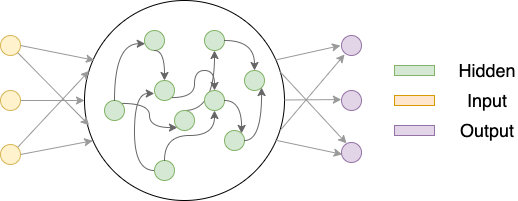
The draw.io diagram docs/images/basics/RNN_structure.png in NN4Neurosim/nn4n, before a commit. Source tidied: cells renumbered, new cells last; positions are measured from the earlier drawing's top-left corner, leaving out a move shared by most shapes. Source of this version:
```xml
<mxGraphModel>
  <root>
    <mxCell id="0" />
    <mxCell id="1" parent="0" />
    <mxCell id="2" style="ellipse;whiteSpace=wrap;html=1;" parent="1" vertex="1">
      <mxGeometry x="84" width="200" height="200" as="geometry" />
    </mxCell>
    <mxCell id="3" style="ellipse;whiteSpace=wrap;html=1;fillColor=#d5e8d4;strokeColor=#82b366;" parent="1" vertex="1">
      <mxGeometry x="144" y="30" width="20" height="20" as="geometry" />
    </mxCell>
    <mxCell id="4" style="ellipse;whiteSpace=wrap;html=1;fillColor=#d5e8d4;strokeColor=#82b366;" parent="1" vertex="1">
      <mxGeometry x="154" y="80" width="20" height="20" as="geometry" />
    </mxCell>
    <mxCell id="5" style="ellipse;whiteSpace=wrap;html=1;fillColor=#d5e8d4;strokeColor=#82b366;" parent="1" vertex="1">
      <mxGeometry x="244" y="70" width="20" height="20" as="geometry" />
    </mxCell>
    <mxCell id="6" style="ellipse;whiteSpace=wrap;html=1;fillColor=#d5e8d4;strokeColor=#82b366;" parent="1" vertex="1">
      <mxGeometry x="224" y="130" width="20" height="20" as="geometry" />
    </mxCell>
    <mxCell id="7" style="ellipse;whiteSpace=wrap;html=1;fillColor=#d5e8d4;strokeColor=#82b366;" parent="1" vertex="1">
      <mxGeometry x="204" y="30" width="20" height="20" as="geometry" />
    </mxCell>
    <mxCell id="8" style="edgeStyle=orthogonalEdgeStyle;curved=1;rounded=0;jettySize=auto;html=1;exitX=1;exitY=0;exitDx=0;exitDy=0;entryX=0;entryY=1;entryDx=0;entryDy=0;strokeColor=#666666;" parent="1" edge="1" source="9" target="13">
      <mxGeometry relative="1" as="geometry" />
    </mxCell>
    <mxCell id="9" style="ellipse;whiteSpace=wrap;html=1;fillColor=#d5e8d4;strokeColor=#82b366;" parent="1" vertex="1">
      <mxGeometry x="104" y="100" width="20" height="20" as="geometry" />
    </mxCell>
    <mxCell id="10" style="edgeStyle=orthogonalEdgeStyle;curved=1;rounded=0;jettySize=auto;html=1;exitX=0.5;exitY=0;exitDx=0;exitDy=0;entryX=0.5;entryY=1;entryDx=0;entryDy=0;strokeColor=#666666;" parent="1" edge="1" source="13" target="7">
      <mxGeometry relative="1" as="geometry">
        <Array as="points">
          <mxPoint x="214" y="110" />
        </Array>
      </mxGeometry>
    </mxCell>
    <mxCell id="11" style="ellipse;whiteSpace=wrap;html=1;fillColor=#d5e8d4;strokeColor=#82b366;" parent="1" vertex="1">
      <mxGeometry x="154" y="160" width="20" height="20" as="geometry" />
    </mxCell>
    <mxCell id="12" style="ellipse;whiteSpace=wrap;html=1;fillColor=#d5e8d4;strokeColor=#82b366;" parent="1" vertex="1">
      <mxGeometry x="204" y="90" width="20" height="20" as="geometry" />
    </mxCell>
    <mxCell id="13" style="ellipse;whiteSpace=wrap;html=1;fillColor=#d5e8d4;strokeColor=#82b366;" parent="1" vertex="1">
      <mxGeometry x="174" y="110" width="20" height="20" as="geometry" />
    </mxCell>
    <mxCell id="14" style="edgeStyle=orthogonalEdgeStyle;curved=1;rounded=0;jettySize=auto;html=1;exitX=0.5;exitY=0;exitDx=0;exitDy=0;entryX=0.5;entryY=1;entryDx=0;entryDy=0;strokeColor=#666666;" parent="1" edge="1" source="11" target="12">
      <mxGeometry relative="1" as="geometry" />
    </mxCell>
    <mxCell id="15" style="edgeStyle=orthogonalEdgeStyle;curved=1;rounded=0;jettySize=auto;html=1;exitX=1;exitY=1;exitDx=0;exitDy=0;entryX=0.5;entryY=0;entryDx=0;entryDy=0;strokeColor=#666666;" parent="1" edge="1" source="4" target="12">
      <mxGeometry relative="1" as="geometry" />
    </mxCell>
    <mxCell id="16" style="edgeStyle=orthogonalEdgeStyle;curved=1;rounded=0;jettySize=auto;html=1;exitX=1;exitY=0.5;exitDx=0;exitDy=0;entryX=1;entryY=0;entryDx=0;entryDy=0;strokeColor=#666666;" parent="1" edge="1" source="12" target="6">
      <mxGeometry relative="1" as="geometry" />
    </mxCell>
    <mxCell id="17" style="edgeStyle=orthogonalEdgeStyle;curved=1;rounded=0;jettySize=auto;html=1;exitX=0.5;exitY=1;exitDx=0;exitDy=0;entryX=0.5;entryY=0;entryDx=0;entryDy=0;strokeColor=#666666;" parent="1" edge="1" source="3" target="4">
      <mxGeometry relative="1" as="geometry" />
    </mxCell>
    <mxCell id="18" style="edgeStyle=orthogonalEdgeStyle;curved=1;rounded=0;jettySize=auto;html=1;exitX=0.5;exitY=0;exitDx=0;exitDy=0;entryX=0.036;entryY=0.661;entryDx=0;entryDy=0;strokeColor=#666666;entryPerimeter=0;" parent="1" edge="1" source="9" target="3">
      <mxGeometry relative="1" as="geometry" />
    </mxCell>
    <mxCell id="19" style="edgeStyle=orthogonalEdgeStyle;curved=1;rounded=0;jettySize=auto;html=1;entryX=1;entryY=1;entryDx=0;entryDy=0;strokeColor=#666666;exitX=1;exitY=0.5;exitDx=0;exitDy=0;" parent="1" edge="1" source="6" target="5">
      <mxGeometry relative="1" as="geometry">
        <Array as="points">
          <mxPoint x="261" y="140" />
        </Array>
      </mxGeometry>
    </mxCell>
    <mxCell id="20" style="edgeStyle=orthogonalEdgeStyle;curved=1;rounded=0;jettySize=auto;html=1;exitX=1;exitY=0.5;exitDx=0;exitDy=0;entryX=0.5;entryY=0;entryDx=0;entryDy=0;strokeColor=#666666;" parent="1" edge="1" source="7" target="5">
      <mxGeometry relative="1" as="geometry" />
    </mxCell>
    <mxCell id="21" style="edgeStyle=orthogonalEdgeStyle;curved=1;rounded=0;jettySize=auto;html=1;exitX=0;exitY=0.5;exitDx=0;exitDy=0;entryX=-0.01;entryY=0.65;entryDx=0;entryDy=0;strokeColor=#666666;entryPerimeter=0;" parent="1" edge="1" source="11" target="4">
      <mxGeometry relative="1" as="geometry" />
    </mxCell>
    <mxCell id="22" style="rounded=0;jettySize=auto;html=1;exitX=1;exitY=0.5;exitDx=0;exitDy=0;entryX=0.05;entryY=0.299;entryDx=0;entryDy=0;entryPerimeter=0;fillColor=#f5f5f5;strokeColor=#999999;" parent="1" edge="1" source="24" target="2">
      <mxGeometry relative="1" as="geometry" />
    </mxCell>
    <mxCell id="23" style="edgeStyle=none;rounded=0;jettySize=auto;html=1;exitX=1;exitY=1;exitDx=0;exitDy=0;entryX=0.023;entryY=0.624;entryDx=0;entryDy=0;entryPerimeter=0;fillColor=#f5f5f5;strokeColor=#999999;" parent="1" edge="1" source="24" target="2">
      <mxGeometry relative="1" as="geometry" />
    </mxCell>
    <mxCell id="24" style="ellipse;whiteSpace=wrap;html=1;fillColor=#fff2cc;strokeColor=#d6b656;" parent="1" vertex="1">
      <mxGeometry y="35" width="20" height="20" as="geometry" />
    </mxCell>
    <mxCell id="25" style="edgeStyle=none;rounded=0;jettySize=auto;html=1;exitX=1;exitY=0.5;exitDx=0;exitDy=0;fillColor=#f5f5f5;strokeColor=#999999;" parent="1" edge="1" source="26" target="2">
      <mxGeometry relative="1" as="geometry" />
    </mxCell>
    <mxCell id="26" style="ellipse;whiteSpace=wrap;html=1;fillColor=#fff2cc;strokeColor=#d6b656;" parent="1" vertex="1">
      <mxGeometry y="90" width="20" height="20" as="geometry" />
    </mxCell>
    <mxCell id="27" style="rounded=0;jettySize=auto;html=1;exitX=1;exitY=0.5;exitDx=0;exitDy=0;entryX=0.041;entryY=0.701;entryDx=0;entryDy=0;entryPerimeter=0;fillColor=#f5f5f5;strokeColor=#999999;" parent="1" edge="1" source="29" target="2">
      <mxGeometry relative="1" as="geometry" />
    </mxCell>
    <mxCell id="28" style="edgeStyle=none;rounded=0;jettySize=auto;html=1;exitX=1;exitY=0;exitDx=0;exitDy=0;entryX=0.023;entryY=0.352;entryDx=0;entryDy=0;entryPerimeter=0;fillColor=#f5f5f5;strokeColor=#999999;" parent="1" edge="1" source="29" target="2">
      <mxGeometry relative="1" as="geometry" />
    </mxCell>
    <mxCell id="29" style="ellipse;whiteSpace=wrap;html=1;fillColor=#fff2cc;strokeColor=#d6b656;" parent="1" vertex="1">
      <mxGeometry y="144" width="20" height="20" as="geometry" />
    </mxCell>
    <mxCell id="30" style="rounded=0;jettySize=auto;html=1;exitX=0.953;exitY=0.298;exitDx=0;exitDy=0;entryX=-0.054;entryY=0.504;entryDx=0;entryDy=0;entryPerimeter=0;fillColor=#f5f5f5;strokeColor=#999999;exitPerimeter=0;" parent="1" edge="1" source="2" target="37">
      <mxGeometry relative="1" as="geometry" />
    </mxCell>
    <mxCell id="31" style="edgeStyle=none;rounded=0;jettySize=auto;html=1;exitX=0.974;exitY=0.352;exitDx=0;exitDy=0;entryX=0.251;entryY=0.047;entryDx=0;entryDy=0;entryPerimeter=0;fillColor=#f5f5f5;strokeColor=#999999;exitPerimeter=0;" parent="1" edge="1" source="2" target="35">
      <mxGeometry relative="1" as="geometry" />
    </mxCell>
    <mxCell id="32" style="edgeStyle=none;rounded=0;jettySize=auto;html=1;exitX=1;exitY=0.5;exitDx=0;exitDy=0;fillColor=#f5f5f5;strokeColor=#999999;entryX=-0.007;entryY=0.453;entryDx=0;entryDy=0;entryPerimeter=0;" parent="1" edge="1" target="36">
      <mxGeometry relative="1" as="geometry">
        <mxPoint x="284" y="99.5" as="sourcePoint" />
      </mxGeometry>
    </mxCell>
    <mxCell id="33" style="rounded=0;jettySize=auto;html=1;exitX=0.953;exitY=0.698;exitDx=0;exitDy=0;entryX=0.033;entryY=0.593;entryDx=0;entryDy=0;entryPerimeter=0;fillColor=#f5f5f5;strokeColor=#999999;exitPerimeter=0;" parent="1" edge="1" source="2" target="35">
      <mxGeometry relative="1" as="geometry" />
    </mxCell>
    <mxCell id="34" style="edgeStyle=none;rounded=0;jettySize=auto;html=1;exitX=0.979;exitY=0.649;exitDx=0;exitDy=0;entryX=0.154;entryY=0.948;entryDx=0;entryDy=0;entryPerimeter=0;fillColor=#f5f5f5;strokeColor=#999999;exitPerimeter=0;" parent="1" edge="1" source="2" target="37">
      <mxGeometry relative="1" as="geometry" />
    </mxCell>
    <mxCell id="35" style="ellipse;whiteSpace=wrap;html=1;fillColor=#e1d5e7;strokeColor=#9673a6;" parent="1" vertex="1">
      <mxGeometry x="341" y="142" width="20" height="20" as="geometry" />
    </mxCell>
    <mxCell id="36" style="ellipse;whiteSpace=wrap;html=1;fillColor=#e1d5e7;strokeColor=#9673a6;" parent="1" vertex="1">
      <mxGeometry x="341" y="90" width="20" height="20" as="geometry" />
    </mxCell>
    <mxCell id="37" style="ellipse;whiteSpace=wrap;html=1;fillColor=#e1d5e7;strokeColor=#9673a6;" parent="1" vertex="1">
      <mxGeometry x="341" y="35" width="20" height="20" as="geometry" />
    </mxCell>
    <mxCell id="38" value="Hidden" style="text;html=1;strokeColor=none;fillColor=none;align=center;verticalAlign=middle;whiteSpace=wrap;rounded=0;fontSize=18;" parent="1" vertex="1">
      <mxGeometry x="457" y="55" width="60" height="30" as="geometry" />
    </mxCell>
    <mxCell id="39" style="rounded=0;whiteSpace=wrap;html=1;fillColor=#d5e8d4;strokeColor=#82b366;fontSize=18;" parent="1" vertex="1">
      <mxGeometry x="394" y="65" width="40" height="10" as="geometry" />
    </mxCell>
    <mxCell id="40" style="rounded=0;whiteSpace=wrap;html=1;fillColor=#ffe6cc;strokeColor=#d79b00;fontSize=18;" parent="1" vertex="1">
      <mxGeometry x="394" y="95" width="40" height="10" as="geometry" />
    </mxCell>
    <mxCell id="41" value="Output" style="text;html=1;strokeColor=none;fillColor=none;align=center;verticalAlign=middle;whiteSpace=wrap;rounded=0;fontSize=18;" parent="1" vertex="1">
      <mxGeometry x="457" y="115" width="60" height="30" as="geometry" />
    </mxCell>
    <mxCell id="42" style="rounded=0;whiteSpace=wrap;html=1;fillColor=#e1d5e7;strokeColor=#9673a6;fontSize=18;" parent="1" vertex="1">
      <mxGeometry x="394" y="125" width="40" height="10" as="geometry" />
    </mxCell>
    <mxCell id="43" value="Input" style="text;html=1;strokeColor=none;fillColor=none;align=center;verticalAlign=middle;whiteSpace=wrap;rounded=0;fontSize=18;" parent="1" vertex="1">
      <mxGeometry x="457" y="85" width="60" height="30" as="geometry" />
    </mxCell>
  </root>
</mxGraphModel>
```
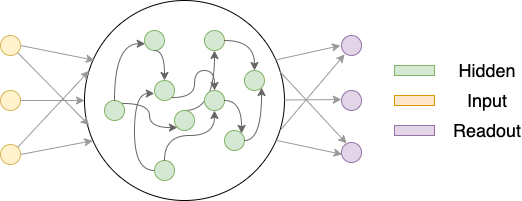
Later version of the same file.

Change to the diagram source:
```diff
@@ -129,7 +129,7 @@
     <mxCell id="40" style="rounded=0;whiteSpace=wrap;html=1;fillColor=#ffe6cc;strokeColor=#d79b00;fontSize=18;" parent="1" vertex="1">
       <mxGeometry x="394" y="95" width="40" height="10" as="geometry" />
     </mxCell>
-    <mxCell id="41" value="Output" style="text;html=1;strokeColor=none;fillColor=none;align=center;verticalAlign=middle;whiteSpace=wrap;rounded=0;fontSize=18;" parent="1" vertex="1">
+    <mxCell id="41" value="Readout" style="text;html=1;strokeColor=none;fillColor=none;align=center;verticalAlign=middle;whiteSpace=wrap;rounded=0;fontSize=18;" parent="1" vertex="1">
       <mxGeometry x="457" y="115" width="60" height="30" as="geometry" />
     </mxCell>
     <mxCell id="42" style="rounded=0;whiteSpace=wrap;html=1;fillColor=#e1d5e7;strokeColor=#9673a6;fontSize=18;" parent="1" vertex="1">
```
